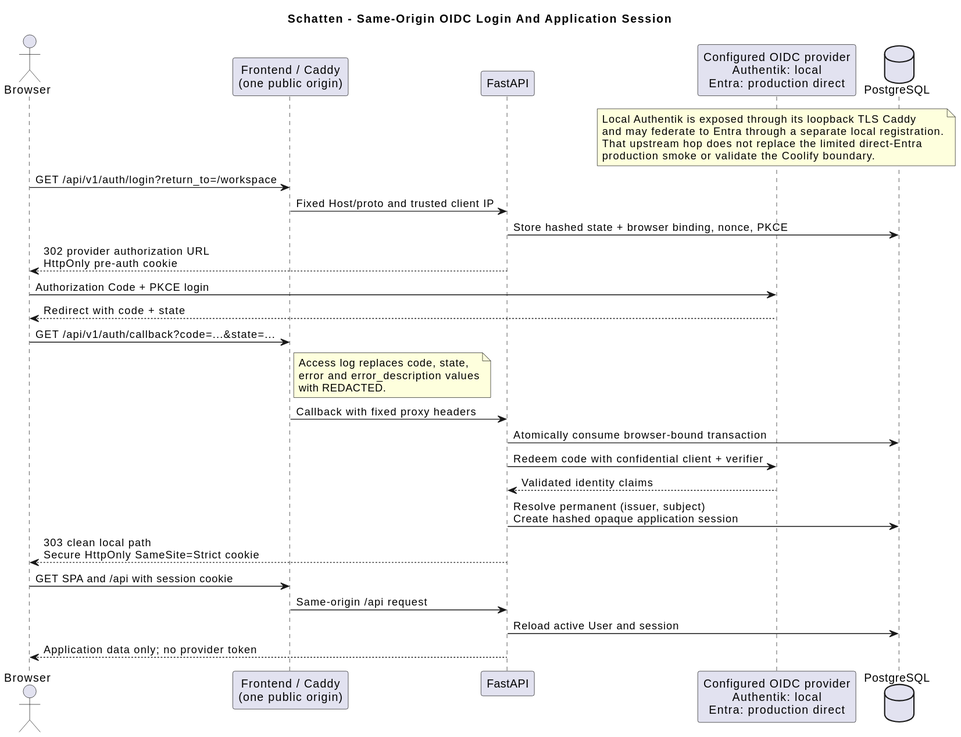
This is docs/diagrams/generated/sequence-oidc-login.svg from lupaus-eu/shadow, a PlantUML export, as it was before one commit.
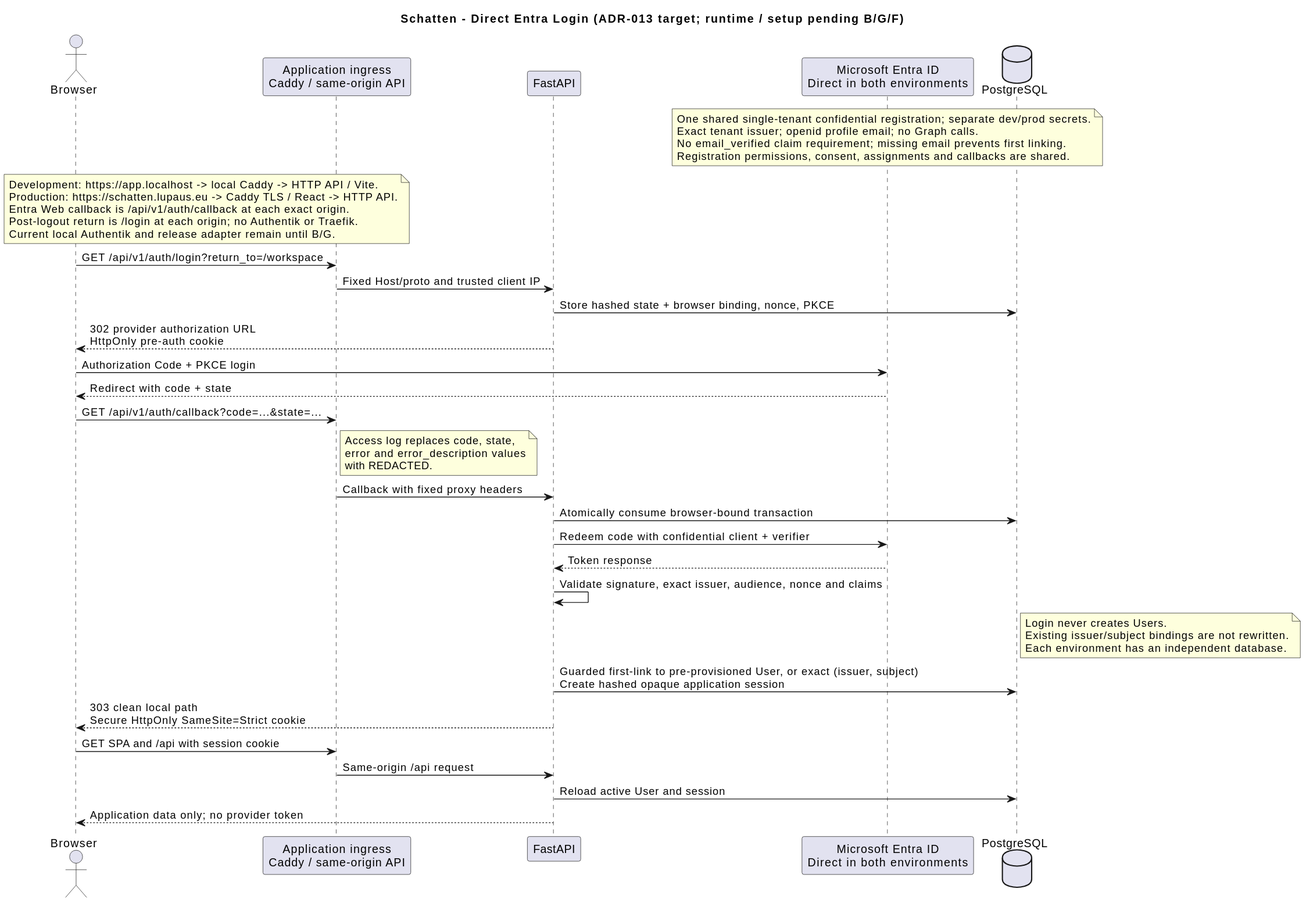
After the commit.

The edit, as a diff of the source:
```diff
@@ -1,17 +1,25 @@
 @startuml
-title Schatten - Same-Origin OIDC Login And Application Session
+title Schatten - Direct Entra Login (ADR-013 target; runtime / setup pending B/G/F)
 
 actor Browser
-participant "Frontend / Caddy\n(one public origin)" as Caddy
+participant "Application ingress\nCaddy / same-origin API" as Caddy
 participant "FastAPI" as API
-participant "Configured OIDC provider\nAuthentik: local\nEntra: production direct" as Provider
+participant "Microsoft Entra ID\nDirect in both environments" as Provider
 database PostgreSQL as DB
 
 note over Provider
-  Local Authentik is exposed through its loopback TLS Caddy
-  and may federate to Entra through a separate local registration.
-  That upstream hop does not replace the limited direct-Entra
-  production smoke or validate the Coolify boundary.
+  One shared single-tenant confidential registration; separate dev/prod secrets.
+  Exact tenant issuer; openid profile email; no Graph calls.
+  No email_verified claim requirement; missing email prevents first linking.
+  Registration permissions, consent, assignments and callbacks are shared.
+end note
+
+note over Browser, Caddy
+  Development: https://app.localhost -> local Caddy -> HTTP API / Vite.
+  Production: https://schatten.lupaus.eu -> Caddy TLS / React -> HTTP API.
+  Entra Web callback is /api/v1/auth/callback at each exact origin.
+  Post-logout return is /login at each origin; no Authentik or Traefik.
+  Current local Authentik and release adapter remain until B/G.
 end note
 
 Browser -> Caddy : GET /api/v1/auth/login?return_to=/workspace
@@ -29,8 +37,14 @@
 Caddy -> API : Callback with fixed proxy headers
 API -> DB : Atomically consume browser-bound transaction
 API -> Provider : Redeem code with confidential client + verifier
-Provider --> API : Validated identity claims
-API -> DB : Resolve permanent (issuer, subject)\nCreate hashed opaque application session
+Provider --> API : Token response
+API -> API : Validate signature, exact issuer, audience, nonce and claims
+note right of DB
+  Login never creates Users.
+  Existing issuer/subject bindings are not rewritten.
+  Each environment has an independent database.
+end note
+API -> DB : Guarded first-link to pre-provisioned User, or exact (issuer, subject)\nCreate hashed opaque application session
 API --> Browser : 303 clean local path\nSecure HttpOnly SameSite=Strict cookie
 Browser -> Caddy : GET SPA and /api with session cookie
 Caddy -> API : Same-origin /api request
```
